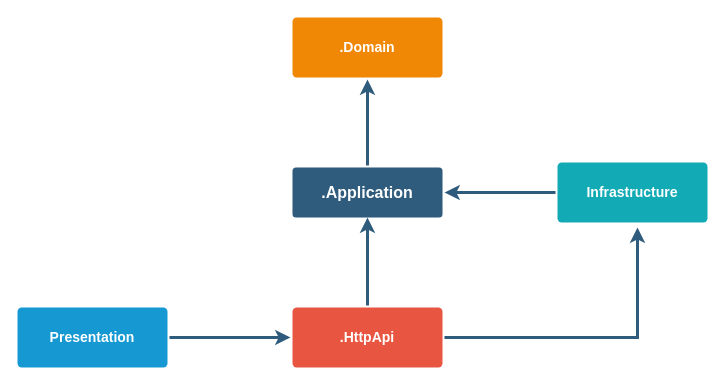
hoangnc/DocumentManagement keeps this draw.io diagram as Untitled Diagram.drawio. Above is the earlier version. Source tidied: cells renumbered, new cells numbered last; positions are measured from the earlier drawing's top-left corner, leaving out a move shared by most shapes. Both pictures are drawn from the tidied source at 100%, with x=0, y=0 at pixel (17, 17).
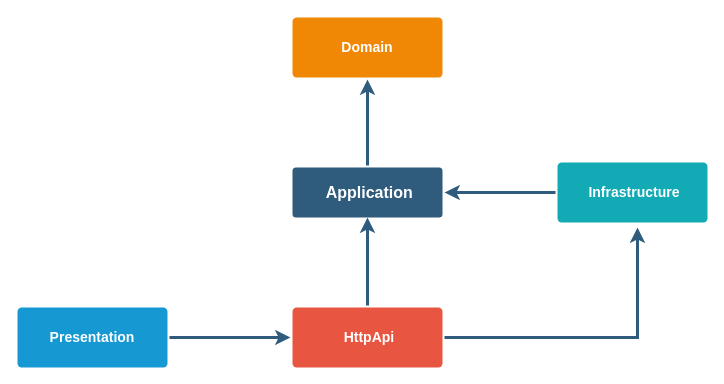
Above is the later version.

Change to the diagram source:
```diff
@@
 <mxGraphModel>
   <root>
     <mxCell id="0" />
     <mxCell id="1" parent="0" />
     <mxCell id="2" style="edgeStyle=none;rounded=0;jumpStyle=none;html=1;shadow=0;labelBackgroundColor=none;startArrow=none;startFill=0;endArrow=classic;endFill=1;jettySize=auto;strokeColor=#2F5B7C;strokeWidth=3;fontFamily=Helvetica;fontSize=16;fontColor=#23445D;spacing=5;" parent="1" edge="1" source="6" target="9">
       <mxGeometry relative="1" as="geometry" />
     </mxCell>
     <mxCell id="3" style="edgeStyle=none;rounded=0;jumpStyle=none;html=1;shadow=0;labelBackgroundColor=none;startArrow=none;startFill=0;endArrow=classic;endFill=1;jettySize=auto;strokeColor=#2F5B7C;strokeWidth=3;fontFamily=Helvetica;fontSize=16;fontColor=#23445D;spacing=5;entryX=1;entryY=0.5;entryDx=0;entryDy=0;" parent="1" edge="1" source="10" target="6">
       <mxGeometry relative="1" as="geometry" />
     </mxCell>
     <mxCell id="4" style="edgeStyle=none;rounded=0;jumpStyle=none;html=1;shadow=0;labelBackgroundColor=none;startArrow=none;startFill=0;endArrow=classic;endFill=1;jettySize=auto;strokeColor=#2F5B7C;strokeWidth=3;fontFamily=Helvetica;fontSize=16;fontColor=#23445D;spacing=5;exitX=1;exitY=0.5;exitDx=0;exitDy=0;" parent="1" edge="1" source="8" target="7">
       <mxGeometry relative="1" as="geometry">
         <Array as="points">
           <mxPoint x="270" y="320" />
           <mxPoint x="240" y="320" />
         </Array>
       </mxGeometry>
     </mxCell>
     <mxCell id="5" style="edgeStyle=none;rounded=0;jumpStyle=none;html=1;shadow=0;labelBackgroundColor=none;startArrow=none;startFill=0;endArrow=classic;endFill=1;jettySize=auto;strokeColor=#2F5B7C;strokeWidth=3;fontFamily=Helvetica;fontSize=16;fontColor=#23445D;spacing=5;entryX=0.5;entryY=0.963;entryDx=0;entryDy=0;entryPerimeter=0;exitX=0.5;exitY=0;exitDx=0;exitDy=0;" parent="1" edge="1" source="7" target="6">
       <mxGeometry relative="1" as="geometry">
         <Array as="points">
           <mxPoint x="350" y="250" />
           <mxPoint x="350" y="220" />
         </Array>
       </mxGeometry>
     </mxCell>
-    <mxCell id="6" value=".Application" style="rounded=1;whiteSpace=wrap;html=1;shadow=0;labelBackgroundColor=none;strokeColor=none;strokeWidth=3;fillColor=#2F5B7C;fontFamily=Helvetica;fontSize=16;fontColor=#FFFFFF;align=center;fontStyle=1;spacing=5;arcSize=7;perimeterSpacing=2;" parent="1" vertex="1">
+    <mxCell id="6" value="&amp;nbsp;Application" style="rounded=1;whiteSpace=wrap;html=1;shadow=0;labelBackgroundColor=none;strokeColor=none;strokeWidth=3;fillColor=#2F5B7C;fontFamily=Helvetica;fontSize=16;fontColor=#FFFFFF;align=center;fontStyle=1;spacing=5;arcSize=7;perimeterSpacing=2;" parent="1" vertex="1">
       <mxGeometry x="275" y="150" width="150" height="50" as="geometry" />
     </mxCell>
-    <mxCell id="7" value=".HttpApi" style="rounded=1;whiteSpace=wrap;html=1;shadow=0;labelBackgroundColor=none;strokeColor=none;strokeWidth=3;fillColor=#e85642;fontFamily=Helvetica;fontSize=14;fontColor=#FFFFFF;align=center;spacing=5;fontStyle=1;arcSize=7;perimeterSpacing=2;" parent="1" vertex="1">
+    <mxCell id="7" value="&amp;nbsp;HttpApi" style="rounded=1;whiteSpace=wrap;html=1;shadow=0;labelBackgroundColor=none;strokeColor=none;strokeWidth=3;fillColor=#e85642;fontFamily=Helvetica;fontSize=14;fontColor=#FFFFFF;align=center;spacing=5;fontStyle=1;arcSize=7;perimeterSpacing=2;" parent="1" vertex="1">
       <mxGeometry x="275" y="290" width="150" height="60" as="geometry" />
     </mxCell>
     <mxCell id="8" value="Presentation" style="rounded=1;whiteSpace=wrap;html=1;shadow=0;labelBackgroundColor=none;strokeColor=none;strokeWidth=3;fillColor=#1699d3;fontFamily=Helvetica;fontSize=14;fontColor=#FFFFFF;align=center;spacing=5;fontStyle=1;arcSize=7;perimeterSpacing=2;" parent="1" vertex="1">
       <mxGeometry y="290" width="150" height="60" as="geometry" />
     </mxCell>
-    <mxCell id="9" value=".Domain" style="rounded=1;whiteSpace=wrap;html=1;shadow=0;labelBackgroundColor=none;strokeColor=none;strokeWidth=3;fillColor=#F08705;fontFamily=Helvetica;fontSize=14;fontColor=#FFFFFF;align=center;spacing=5;fontStyle=1;arcSize=7;perimeterSpacing=2;" parent="1" vertex="1">
+    <mxCell id="9" value="Domain" style="rounded=1;whiteSpace=wrap;html=1;shadow=0;labelBackgroundColor=none;strokeColor=none;strokeWidth=3;fillColor=#F08705;fontFamily=Helvetica;fontSize=14;fontColor=#FFFFFF;align=center;spacing=5;fontStyle=1;arcSize=7;perimeterSpacing=2;" parent="1" vertex="1">
       <mxGeometry x="275" width="150" height="60" as="geometry" />
     </mxCell>
-    <mxCell id="10" value="Infrastructure" style="rounded=1;whiteSpace=wrap;html=1;shadow=0;labelBackgroundColor=none;strokeColor=none;strokeWidth=3;fillColor=#12aab5;fontFamily=Helvetica;fontSize=14;fontColor=#FFFFFF;align=center;spacing=5;fontStyle=1;arcSize=7;perimeterSpacing=2;" parent="1" vertex="1">
+    <mxCell id="10" value="&amp;nbsp;Infrastructure" style="rounded=1;whiteSpace=wrap;html=1;shadow=0;labelBackgroundColor=none;strokeColor=none;strokeWidth=3;fillColor=#12aab5;fontFamily=Helvetica;fontSize=14;fontColor=#FFFFFF;align=center;spacing=5;fontStyle=1;arcSize=7;perimeterSpacing=2;" parent="1" vertex="1">
       <mxGeometry x="540" y="145" width="150" height="60" as="geometry" />
     </mxCell>
     <mxCell id="11" style="edgeStyle=none;rounded=0;jumpStyle=none;html=1;shadow=0;labelBackgroundColor=none;startArrow=none;startFill=0;endArrow=classic;endFill=1;jettySize=auto;strokeColor=#2F5B7C;strokeWidth=3;fontFamily=Helvetica;fontSize=16;fontColor=#23445D;spacing=5;exitX=1;exitY=0.5;exitDx=0;exitDy=0;" parent="1" edge="1" source="7">
       <mxGeometry relative="1" as="geometry">
         <mxPoint x="620" y="210" as="targetPoint" />
         <Array as="points">
           <mxPoint x="620" y="320" />
         </Array>
       </mxGeometry>
     </mxCell>
   </root>
 </mxGraphModel>
```
